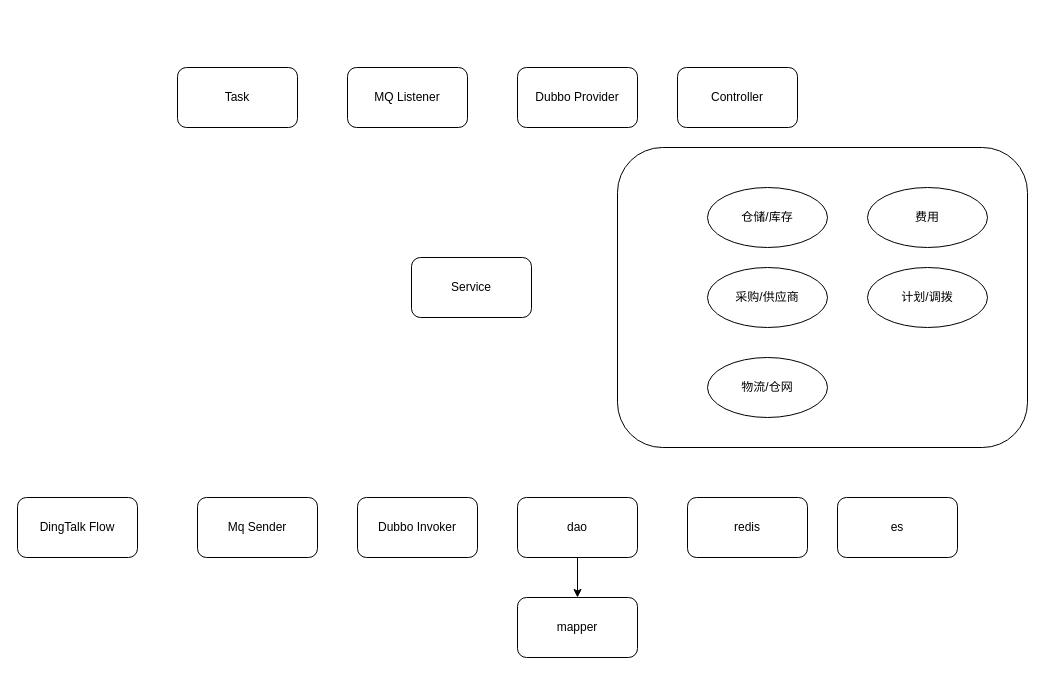
This is draw.io/xianmumanager.drawio from zzqfsy/zzqfsy.github.io, a draw.io file, before an edit. Source tidied: cells renumbered, new cells numbered last; positions are measured from the earlier drawing's top-left corner, leaving out a move shared by most shapes. Both pictures are drawn from the tidied source at 100%, with x=0, y=0 at pixel (17, 67).
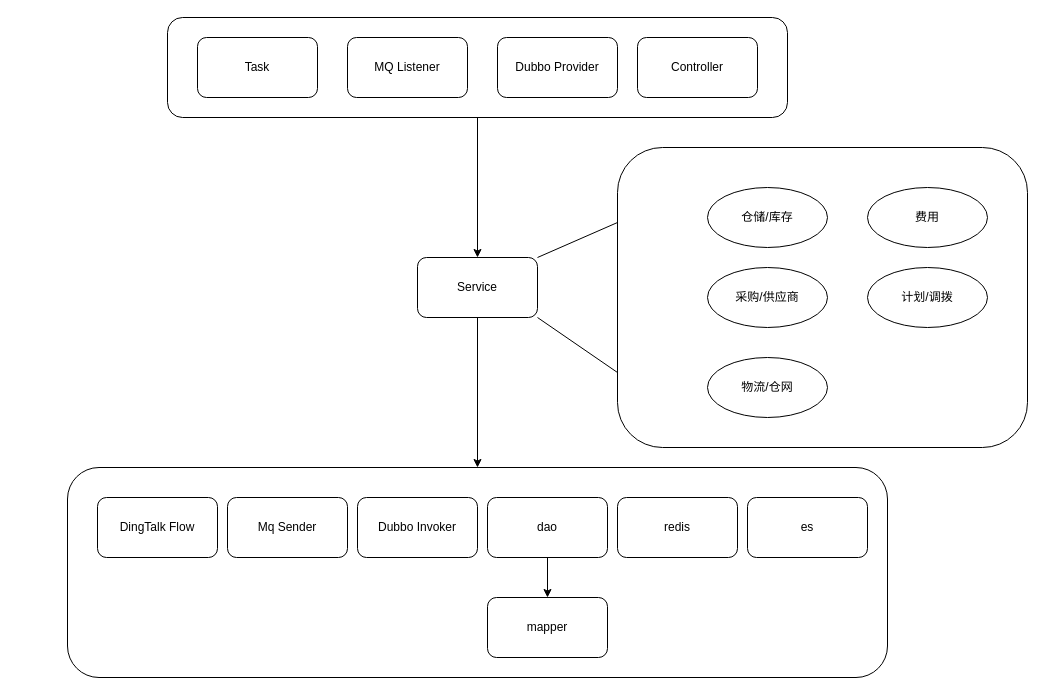
The same page after the edit.

Unchanged cells that the change refers to:
```xml
<mxCell id="2" style="rounded=1;whiteSpace=wrap;html=1;" parent="1" vertex="1">
  <mxGeometry x="600" y="80" width="410" height="300" as="geometry" />
</mxCell>
```

The edit, as a diff of the source:
```diff
@@
+    <mxCell id="21" style="rounded=1;whiteSpace=wrap;html=1;" parent="1" vertex="1">
+      <mxGeometry x="50" y="400" width="820" height="210" as="geometry" />
+    </mxCell>
+    <mxCell id="22" style="edgeStyle=orthogonalEdgeStyle;rounded=0;jettySize=auto;html=1;exitX=0.5;exitY=1;exitDx=0;exitDy=0;entryX=0.5;entryY=0;entryDx=0;entryDy=0;" parent="1" edge="1" source="23" target="9">
+      <mxGeometry relative="1" as="geometry" />
+    </mxCell>
+    <mxCell id="23" style="rounded=1;whiteSpace=wrap;html=1;" parent="1" vertex="1">
+      <mxGeometry x="150" y="-50" width="620" height="100" as="geometry" />
+    </mxCell>
@@
     <mxCell id="3" value="mapper" style="rounded=1;whiteSpace=wrap;html=1;" parent="1" vertex="1">
-      <mxGeometry x="500" y="530" width="120" height="60" as="geometry" />
+      <mxGeometry x="470" y="530" width="120" height="60" as="geometry" />
     </mxCell>
@@
     <mxCell id="5" value="dao" style="rounded=1;whiteSpace=wrap;html=1;" parent="1" vertex="1">
-      <mxGeometry x="500" y="430" width="120" height="60" as="geometry" />
+      <mxGeometry x="470" y="430" width="120" height="60" as="geometry" />
     </mxCell>
     <mxCell id="6" value="es" style="rounded=1;whiteSpace=wrap;html=1;" parent="1" vertex="1">
-      <mxGeometry x="820" y="430" width="120" height="60" as="geometry" />
+      <mxGeometry x="730" y="430" width="120" height="60" as="geometry" />
     </mxCell>
     <mxCell id="7" value="redis" style="rounded=1;whiteSpace=wrap;html=1;" parent="1" vertex="1">
-      <mxGeometry x="670" y="430" width="120" height="60" as="geometry" />
+      <mxGeometry x="600" y="430" width="120" height="60" as="geometry" />
     </mxCell>
     <mxCell id="8" value="Dubbo Provider" style="rounded=1;whiteSpace=wrap;html=1;" parent="1" vertex="1">
-      <mxGeometry x="500" width="120" height="60" as="geometry" />
+      <mxGeometry x="480" y="-30" width="120" height="60" as="geometry" />
     </mxCell>
+    <mxCell id="24" style="edgeStyle=orthogonalEdgeStyle;rounded=0;jettySize=auto;html=1;exitX=0.5;exitY=1;exitDx=0;exitDy=0;" parent="1" edge="1" source="9" target="21">
+      <mxGeometry relative="1" as="geometry" />
+    </mxCell>
     <mxCell id="9" value="Service" style="rounded=1;whiteSpace=wrap;html=1;" parent="1" vertex="1">
-      <mxGeometry x="394" y="190" width="120" height="60" as="geometry" />
+      <mxGeometry x="400" y="190" width="120" height="60" as="geometry" />
     </mxCell>
     <mxCell id="10" value="MQ Listener" style="rounded=1;whiteSpace=wrap;html=1;" parent="1" vertex="1">
-      <mxGeometry x="330" width="120" height="60" as="geometry" />
+      <mxGeometry x="330" y="-30" width="120" height="60" as="geometry" />
     </mxCell>
     <mxCell id="11" value="Mq Sender" style="rounded=1;whiteSpace=wrap;html=1;" parent="1" vertex="1">
-      <mxGeometry x="180" y="430" width="120" height="60" as="geometry" />
+      <mxGeometry x="210" y="430" width="120" height="60" as="geometry" />
     </mxCell>
     <mxCell id="12" value="DingTalk Flow" style="rounded=1;whiteSpace=wrap;html=1;" parent="1" vertex="1">
-      <mxGeometry y="430" width="120" height="60" as="geometry" />
+      <mxGeometry x="80" y="430" width="120" height="60" as="geometry" />
     </mxCell>
     <mxCell id="13" value="Task" style="rounded=1;whiteSpace=wrap;html=1;" parent="1" vertex="1">
-      <mxGeometry x="160" width="120" height="60" as="geometry" />
+      <mxGeometry x="180" y="-30" width="120" height="60" as="geometry" />
     </mxCell>
@@
     <mxCell id="15" value="Controller" style="rounded=1;whiteSpace=wrap;html=1;" parent="1" vertex="1">
-      <mxGeometry x="660" width="120" height="60" as="geometry" />
+      <mxGeometry x="620" y="-30" width="120" height="60" as="geometry" />
     </mxCell>
@@
+    <mxCell id="25" style="endArrow=none;html=1;rounded=0;entryX=1;entryY=0;entryDx=0;entryDy=0;exitX=0;exitY=0.25;exitDx=0;exitDy=0;" parent="1" edge="1" source="2" target="9">
+      <mxGeometry relative="1" as="geometry" />
+    </mxCell>
+    <mxCell id="26" style="endArrow=none;html=1;rounded=0;exitX=1;exitY=1;exitDx=0;exitDy=0;entryX=0;entryY=0.75;entryDx=0;entryDy=0;" parent="1" edge="1" source="9" target="2">
+      <mxGeometry relative="1" as="geometry" />
+    </mxCell>
```
